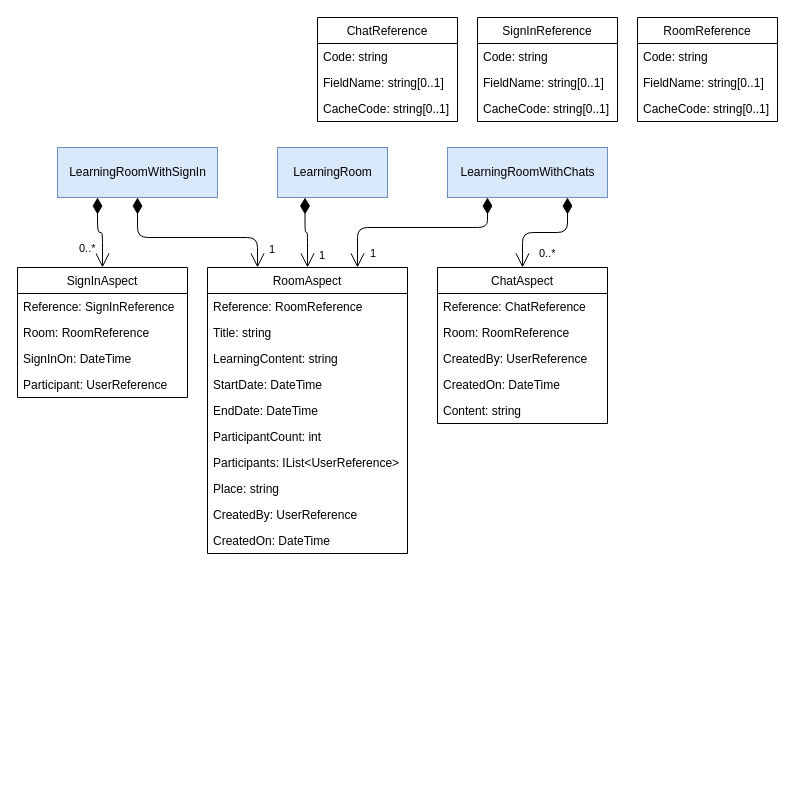
Earlier version of the draw.io diagram UML/LearningRoom.drawio (sdlfly2000/MindBridgeCampServer). Source tidied: cells renumbered, new cells numbered last; positions are measured from the earlier drawing's top-left corner, leaving out a move shared by most shapes. Both pictures are drawn from the tidied source at 100%, with x=0, y=0 at pixel (17, 17).
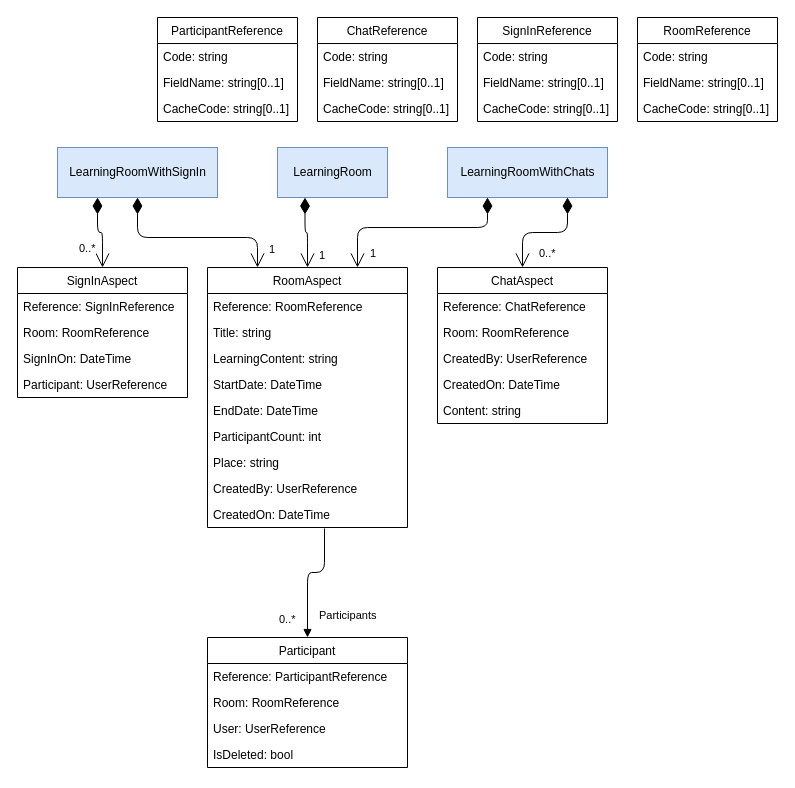
After the change.

The edit, as a diff of the source:
```diff
@@
     <mxCell id="3" value="RoomAspect" style="swimlane;fontStyle=0;horizontal=1;startSize=26;fillColor=none;" parent="1" vertex="1">
-      <mxGeometry x="190" y="250" width="200" height="286" as="geometry" />
+      <mxGeometry x="190" y="250" width="200" height="260" as="geometry" />
     </mxCell>
@@
-    <mxCell id="10" value="Participants: IList&lt;UserReference&gt;" style="text;strokeColor=none;fillColor=none;align=left;verticalAlign=top;spacingLeft=4;spacingRight=4;overflow=hidden;" parent="3" vertex="1">
-      <mxGeometry y="182" width="200" height="26" as="geometry" />
-    </mxCell>
     <mxCell id="11" value="Place: string" style="text;strokeColor=none;fillColor=none;align=left;verticalAlign=top;spacingLeft=4;spacingRight=4;overflow=hidden;" parent="3" vertex="1">
-      <mxGeometry y="208" width="200" height="26" as="geometry" />
+      <mxGeometry y="182" width="200" height="26" as="geometry" />
     </mxCell>
     <mxCell id="12" value="CreatedBy: UserReference" style="text;strokeColor=none;fillColor=none;align=left;verticalAlign=top;spacingLeft=4;spacingRight=4;overflow=hidden;" parent="3" vertex="1">
-      <mxGeometry y="234" width="200" height="26" as="geometry" />
+      <mxGeometry y="208" width="200" height="26" as="geometry" />
     </mxCell>
     <mxCell id="13" value="CreatedOn: DateTime" style="text;strokeColor=none;fillColor=none;align=left;verticalAlign=top;spacingLeft=4;spacingRight=4;overflow=hidden;points=[[0,0.5],[1,0.5]];portConstraint=eastwest;" parent="3" vertex="1">
-      <mxGeometry y="260" width="200" height="26" as="geometry" />
+      <mxGeometry y="234" width="200" height="26" as="geometry" />
     </mxCell>
@@
+    <mxCell id="44" value="Participant" style="swimlane;fontStyle=0;horizontal=1;startSize=26;fillColor=none;" parent="1" vertex="1">
+      <mxGeometry x="190" y="620" width="200" height="130" as="geometry" />
+    </mxCell>
+    <mxCell id="45" value="Reference: ParticipantReference" style="text;strokeColor=none;fillColor=none;align=left;verticalAlign=top;spacingLeft=4;spacingRight=4;overflow=hidden;" parent="44" vertex="1">
+      <mxGeometry y="26" width="200" height="26" as="geometry" />
+    </mxCell>
+    <mxCell id="46" value="Room: RoomReference" style="text;strokeColor=none;fillColor=none;align=left;verticalAlign=top;spacingLeft=4;spacingRight=4;overflow=hidden;" parent="44" vertex="1">
+      <mxGeometry y="52" width="200" height="26" as="geometry" />
+    </mxCell>
+    <mxCell id="47" value="User: UserReference" style="text;strokeColor=none;fillColor=none;align=left;verticalAlign=top;spacingLeft=4;spacingRight=4;overflow=hidden;" parent="44" vertex="1">
+      <mxGeometry y="78" width="200" height="26" as="geometry" />
+    </mxCell>
+    <mxCell id="48" value="IsDeleted: bool" style="text;strokeColor=none;fillColor=none;align=left;verticalAlign=top;spacingLeft=4;spacingRight=4;overflow=hidden;" parent="44" vertex="1">
+      <mxGeometry y="104" width="200" height="26" as="geometry" />
+    </mxCell>
+    <mxCell id="49" value="ParticipantReference" style="swimlane;fontStyle=0;horizontal=1;startSize=26;fillColor=none;" parent="1" vertex="1">
+      <mxGeometry x="140" width="140" height="104" as="geometry" />
+    </mxCell>
+    <mxCell id="50" value="Code: string" style="text;strokeColor=none;fillColor=none;align=left;verticalAlign=top;spacingLeft=4;spacingRight=4;overflow=hidden;" parent="49" vertex="1">
+      <mxGeometry y="26" width="140" height="26" as="geometry" />
+    </mxCell>
+    <mxCell id="51" value="FieldName: string[0..1]" style="text;strokeColor=none;fillColor=none;align=left;verticalAlign=top;spacingLeft=4;spacingRight=4;overflow=hidden;" parent="49" vertex="1">
+      <mxGeometry y="52" width="140" height="26" as="geometry" />
+    </mxCell>
+    <mxCell id="52" value="CacheCode: string[0..1]" style="text;strokeColor=none;fillColor=none;align=left;verticalAlign=top;spacingLeft=4;spacingRight=4;overflow=hidden;" parent="49" vertex="1">
+      <mxGeometry y="78" width="140" height="26" as="geometry" />
+    </mxCell>
+    <mxCell id="53" value="Participants" style="endArrow=block;endFill=1;html=1;edgeStyle=orthogonalEdgeStyle;align=left;verticalAlign=top;entryX=0.5;entryY=0;entryDx=0;entryDy=0;exitX=0.585;exitY=1.038;exitDx=0;exitDy=0;exitPerimeter=0;" parent="1" edge="1" source="13" target="44">
+      <mxGeometry x="0.45" y="10" relative="1" as="geometry">
+        <Array as="points">
+          <mxPoint x="307" y="555" />
+          <mxPoint x="290" y="555" />
+        </Array>
+      </mxGeometry>
+    </mxCell>
+    <mxCell id="54" value="0..*" style="edgeLabel;html=1;align=left;verticalAlign=bottom;labelBorderColor=none;" parent="53" vertex="1">
+      <mxGeometry x="-1" relative="1" as="geometry">
+        <mxPoint x="-47" y="99" as="offset" />
+      </mxGeometry>
+    </mxCell>
```
